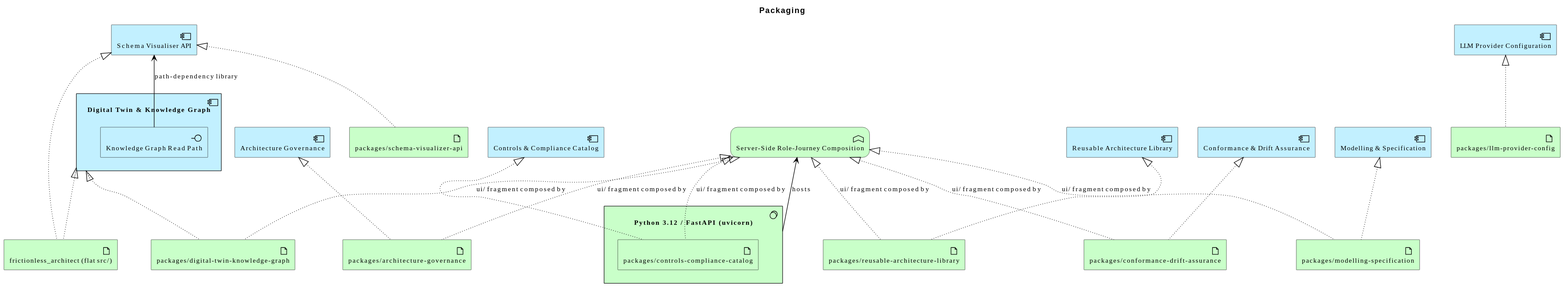
wolffy-au/frictionless-architect keeps this PlantUML diagram as architecture/model/diagrams/implementation/packaging.svg. Above is the earlier version.
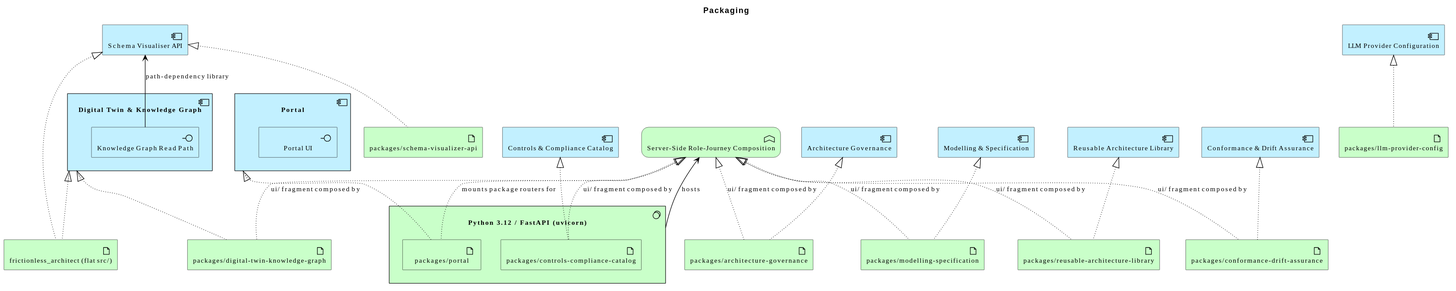
The same file after the commit.

Change to the diagram source:
```diff
@@ -13,6 +13,9 @@
 Application_Component(e_id82f04fecbdd85e, "Modelling & Specification")
 Application_Component(e_idd18b3d46fade58, "Schema Visualiser API")
 Application_Component(e_id305eddd7c8dc55, "LLM Provider Configuration")
+Application_Component(e_id6c2233bb09755d, "Portal") {
+  Application_Interface(e_iddb64491a22875a, "Portal UI")
+}
 Technology_Artifact(e_id9b247a70d9f258, "frictionless_architect (flat src/)")
 Technology_Artifact(e_id11f06faa9d2d5d, "packages/schema-visualizer-api")
 Technology_Artifact(e_id69891242354858, "packages/digital-twin-knowledge-graph")
@@ -23,11 +26,13 @@
 Technology_Artifact(e_id2b059f9c51b053, "packages/llm-provider-config")
 Technology_SystemSoftware(e_ida1d9ee28fe8258, "Python 3.12 / FastAPI (uvicorn)") {
   Technology_Artifact(e_idfcb391a9833b5b, "packages/controls-compliance-catalog")
+  Technology_Artifact(e_id16c8e0db81fa5f, "packages/portal")
 }
 Technology_Function(e_id6603be277fb85c, "Server-Side Role-Journey Composition")
 
 Rel_Serving_Up(e_id0c9a1a2f155254, e_idd18b3d46fade58, "path-dependency library")
 Rel_Realization_Up(e_id2b059f9c51b053, e_id305eddd7c8dc55, "")
+Rel_Realization_Up(e_id16c8e0db81fa5f, e_id6c2233bb09755d, "")
 Rel_Realization_Up(e_id9b247a70d9f258, e_idd18b3d46fade58, "")
 Rel_Realization_Up(e_id9b247a70d9f258, e_id3da203d482f955, "")
 Rel_Realization_Up(e_id11f06faa9d2d5d, e_idd18b3d46fade58, "")
@@ -38,6 +43,7 @@
 Rel_Realization_Up(e_idb422fae52e4652, e_id492c882252a953, "")
 Rel_Realization_Up(e_id42d611ba8e6759, e_id82f04fecbdd85e, "")
 Rel_Serving_Up(e_ida1d9ee28fe8258, e_id6603be277fb85c, "hosts")
+Rel_Realization_Up(e_id16c8e0db81fa5f, e_id6603be277fb85c, "mounts package routers for")
 Rel_Realization_Up(e_idfcb391a9833b5b, e_id6603be277fb85c, "ui/ fragment composed by")
 Rel_Realization_Up(e_id3ac7123fc98d52, e_id6603be277fb85c, "ui/ fragment composed by")
 Rel_Realization_Up(e_id69891242354858, e_id6603be277fb85c, "ui/ fragment composed by")
```
